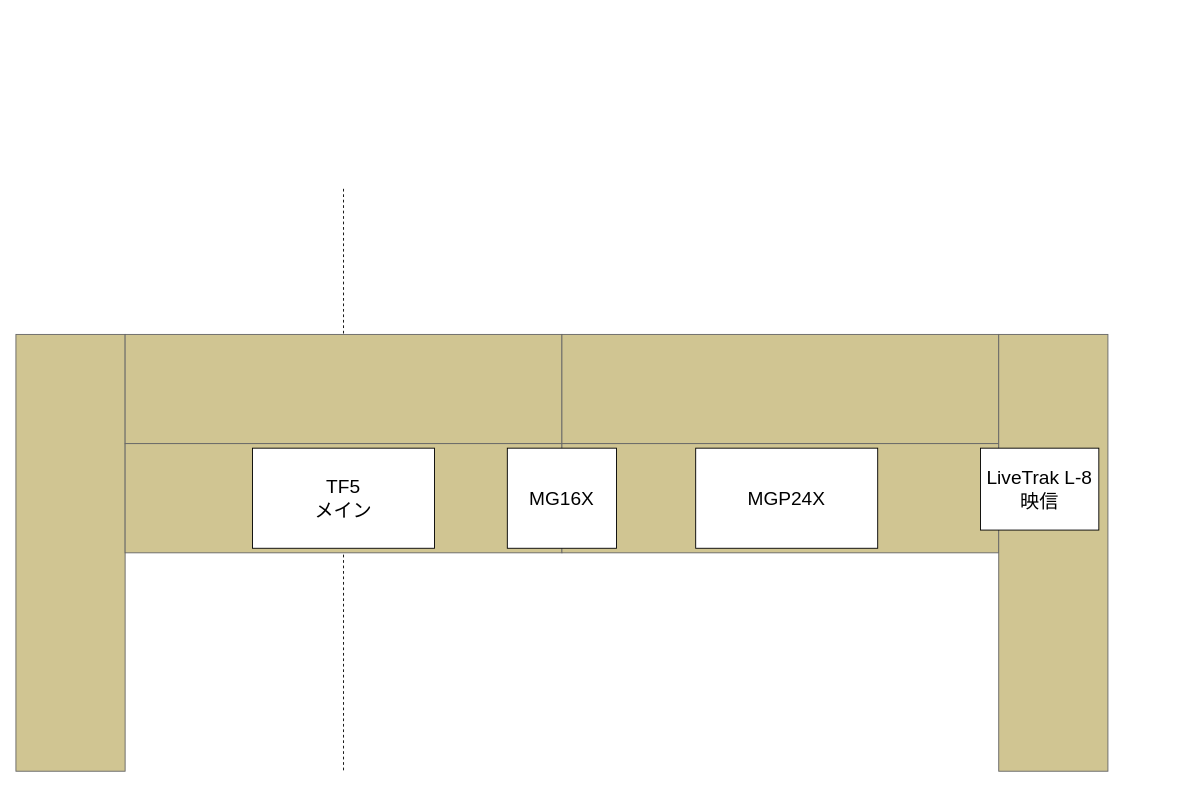
shuji4649/drawio keeps this draw.io diagram as Geinousai.drawio. Above is the earlier version. Source tidied: cells renumbered, new cells numbered last; positions are measured from the earlier drawing's top-left corner, leaving out a move shared by most shapes. Both pictures are drawn from the tidied source at 91%, with x=0, y=0 at pixel (-148, 188).
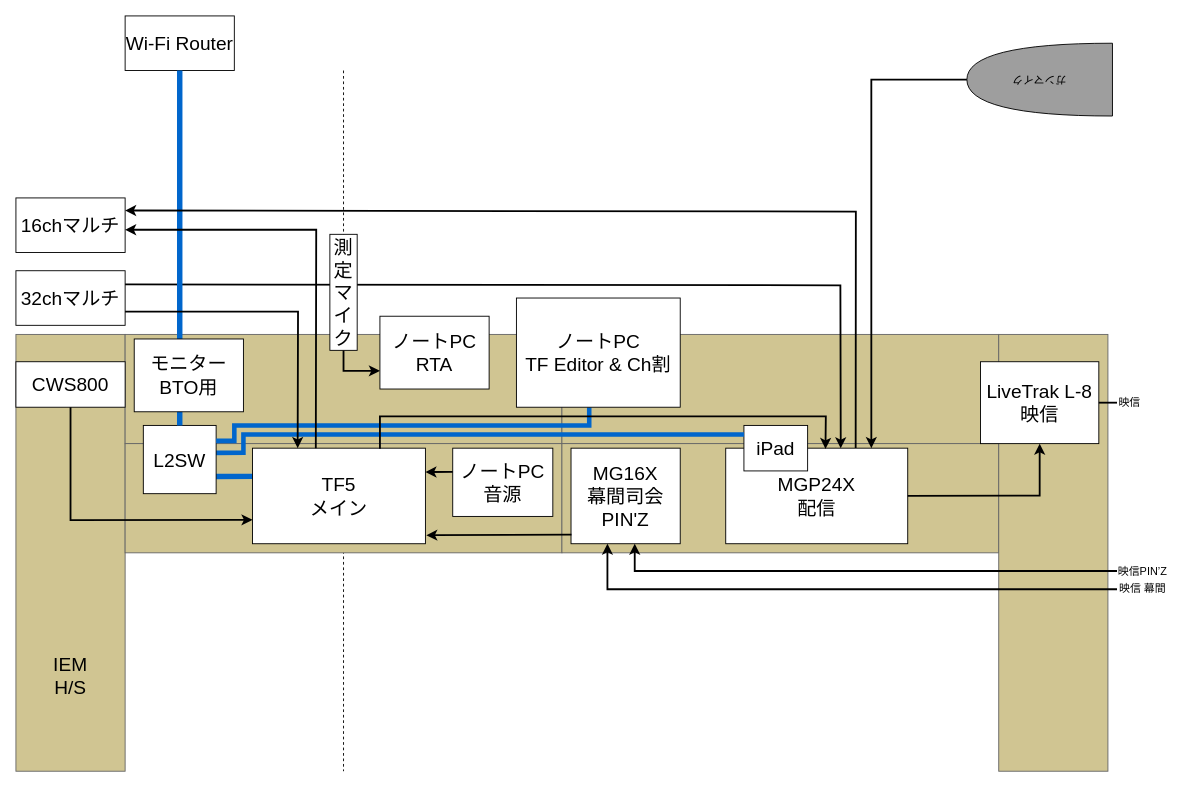
The same page after the edit.

Commit message:
Geinousai.drawio を更新します

Change to the diagram source:
```diff
@@
     <mxCell id="2" style="endArrow=none;html=1;rounded=0;dashed=1;" parent="1" edge="1">
       <mxGeometry relative="1" as="geometry">
-        <mxPoint x="540" as="sourcePoint" />
+        <mxPoint x="540" y="-130" as="sourcePoint" />
         <mxPoint x="540" y="640" as="targetPoint" />
       </mxGeometry>
     </mxCell>
@@
-    <mxCell id="9" value="&lt;font style=&quot;font-size: 21px;&quot;&gt;TF5&lt;/font&gt;&lt;div&gt;&lt;font style=&quot;font-size: 21px;&quot;&gt;メイン&lt;/font&gt;&lt;/div&gt;" style="rounded=0;whiteSpace=wrap;html=1;" parent="1" vertex="1">
-      <mxGeometry x="440" y="285" width="200" height="110" as="geometry" />
-    </mxCell>
-    <mxCell id="10" value="&lt;span style=&quot;font-size: 21px;&quot;&gt;MGP24X&lt;/span&gt;" style="rounded=0;whiteSpace=wrap;html=1;" parent="1" vertex="1">
-      <mxGeometry x="927" y="285" width="200" height="110" as="geometry" />
+    <mxCell id="10" value="&lt;span style=&quot;font-size: 21px;&quot;&gt;MGP24X&lt;/span&gt;&lt;div&gt;&lt;span style=&quot;font-size: 21px;&quot;&gt;配信&lt;/span&gt;&lt;/div&gt;" style="rounded=0;whiteSpace=wrap;html=1;" parent="1" vertex="1">
+      <mxGeometry x="960" y="285" width="200" height="105" as="geometry" />
     </mxCell>
     <mxCell id="11" value="&lt;span style=&quot;font-size: 21px;&quot;&gt;LiveTrak L-8&lt;/span&gt;&lt;div&gt;&lt;span style=&quot;font-size: 21px;&quot;&gt;映信&lt;/span&gt;&lt;/div&gt;" style="rounded=0;whiteSpace=wrap;html=1;" parent="1" vertex="1">
-      <mxGeometry x="1240" y="285" width="130" height="90" as="geometry" />
+      <mxGeometry x="1240" y="190" width="130" height="90" as="geometry" />
     </mxCell>
-    <mxCell id="12" value="&lt;span style=&quot;font-size: 21px;&quot;&gt;MG16X&lt;/span&gt;" style="rounded=0;whiteSpace=wrap;html=1;" parent="1" vertex="1">
-      <mxGeometry x="720" y="285" width="120" height="110" as="geometry" />
+    <mxCell id="12" value="&lt;span style=&quot;font-size: 21px;&quot;&gt;MG16X&lt;/span&gt;&lt;div&gt;&lt;span style=&quot;font-size: 21px;&quot;&gt;幕間司会PIN'Z&lt;/span&gt;&lt;/div&gt;" style="rounded=0;whiteSpace=wrap;html=1;" parent="1" vertex="1">
+      <mxGeometry x="790" y="285" width="120" height="105" as="geometry" />
     </mxCell>
+    <mxCell id="13" value="&lt;span style=&quot;font-size: 21px;&quot;&gt;32chマルチ&lt;/span&gt;" style="rounded=0;whiteSpace=wrap;html=1;" parent="1" vertex="1">
+      <mxGeometry x="180" y="90" width="120" height="60" as="geometry" />
+    </mxCell>
+    <mxCell id="14" value="&lt;span style=&quot;font-size: 21px;&quot;&gt;CWS800&lt;/span&gt;" style="rounded=0;whiteSpace=wrap;html=1;" parent="1" vertex="1">
+      <mxGeometry x="180" y="190" width="120" height="50" as="geometry" />
+    </mxCell>
+    <mxCell id="15" value="&lt;span style=&quot;font-size: 21px;&quot;&gt;ノートPC&lt;/span&gt;&lt;div&gt;&lt;span style=&quot;font-size: 21px;&quot;&gt;RTA&lt;/span&gt;&lt;/div&gt;" style="rounded=0;whiteSpace=wrap;html=1;" parent="1" vertex="1">
+      <mxGeometry x="580" y="140" width="120" height="80" as="geometry" />
+    </mxCell>
+    <mxCell id="16" value="ガンマイク" style="shape=or;whiteSpace=wrap;html=1;rotation=-180;fillColor=#9E9E9E;" parent="1" vertex="1">
+      <mxGeometry x="1225" y="-160" width="160" height="80" as="geometry" />
+    </mxCell>
+    <mxCell id="17" value="&lt;span style=&quot;font-size: 21px;&quot;&gt;Wi-Fi Router&lt;/span&gt;" style="rounded=0;whiteSpace=wrap;html=1;" parent="1" vertex="1">
+      <mxGeometry x="300" y="-190" width="120" height="60" as="geometry" />
+    </mxCell>
+    <mxCell id="18" style="endArrow=classic;html=1;rounded=0;strokeWidth=2;" parent="1" edge="1">
+      <mxGeometry relative="1" as="geometry">
+        <mxPoint x="1390" y="420" as="sourcePoint" />
+        <mxPoint x="860" y="390" as="targetPoint" />
+        <Array as="points">
+          <mxPoint x="860" y="420" />
+        </Array>
+      </mxGeometry>
+    </mxCell>
+    <mxCell id="19" style="endArrow=classic;html=1;rounded=0;strokeWidth=2;" parent="1" edge="1">
+      <mxGeometry relative="1" as="geometry">
+        <mxPoint x="1390" y="440" as="sourcePoint" />
+        <mxPoint x="830" y="390" as="targetPoint" />
+        <Array as="points">
+          <mxPoint x="830" y="440" />
+        </Array>
+      </mxGeometry>
+    </mxCell>
+    <mxCell id="20" value="&lt;span style=&quot;font-size: 21px;&quot;&gt;ノートPC&lt;/span&gt;&lt;div&gt;&lt;span style=&quot;font-size: 21px;&quot;&gt;音源&lt;/span&gt;&lt;/div&gt;" style="rounded=0;whiteSpace=wrap;html=1;" parent="1" vertex="1">
+      <mxGeometry x="660" y="285" width="110" height="75" as="geometry" />
+    </mxCell>
+    <mxCell id="21" style="endArrow=classic;html=1;rounded=0;entryX=1;entryY=0.25;entryDx=0;entryDy=0;strokeWidth=2;" parent="1" edge="1" target="9">
+      <mxGeometry relative="1" as="geometry">
+        <mxPoint x="660" y="311" as="sourcePoint" />
+      </mxGeometry>
+    </mxCell>
+    <mxCell id="22" style="endArrow=classic;html=1;rounded=0;exitX=0.004;exitY=0.905;exitDx=0;exitDy=0;exitPerimeter=0;entryX=1.005;entryY=0.911;entryDx=0;entryDy=0;entryPerimeter=0;strokeWidth=2;" parent="1" edge="1" source="12" target="9">
+      <mxGeometry relative="1" as="geometry" />
+    </mxCell>
+    <mxCell id="23" style="endArrow=none;html=1;rounded=0;exitX=0;exitY=0.75;exitDx=0;exitDy=0;entryX=0.5;entryY=1;entryDx=0;entryDy=0;startArrow=classic;startFill=1;endFill=0;strokeWidth=2;" parent="1" edge="1" source="15" target="32">
+      <mxGeometry relative="1" as="geometry">
+        <Array as="points">
+          <mxPoint x="540" y="200" />
+        </Array>
+      </mxGeometry>
+    </mxCell>
+    <mxCell id="24" value="&lt;span style=&quot;font-size: 21px;&quot;&gt;iPad&lt;/span&gt;" style="rounded=0;whiteSpace=wrap;html=1;" parent="1" vertex="1">
+      <mxGeometry x="980" y="260" width="70" height="50" as="geometry" />
+    </mxCell>
+    <mxCell id="25" style="endArrow=none;html=1;rounded=0;exitX=0.968;exitY=0.402;exitDx=0;exitDy=0;strokeColor=#0066CC;strokeWidth=5;exitPerimeter=0;" parent="1" edge="1" source="27">
+      <mxGeometry relative="1" as="geometry">
+        <mxPoint x="980" y="270" as="targetPoint" />
+        <Array as="points">
+          <mxPoint x="430" y="290" />
+          <mxPoint x="430" y="270" />
+          <mxPoint x="820" y="270" />
+        </Array>
+      </mxGeometry>
+    </mxCell>
+    <mxCell id="26" style="endArrow=none;html=1;rounded=0;exitX=0.982;exitY=0.747;exitDx=0;exitDy=0;entryX=0.01;entryY=0.295;entryDx=0;entryDy=0;entryPerimeter=0;strokeColor=#0066CC;strokeWidth=6;exitPerimeter=0;" parent="1" edge="1" source="27" target="9">
+      <mxGeometry relative="1" as="geometry" />
+    </mxCell>
+    <mxCell id="9" value="&lt;font style=&quot;font-size: 21px;&quot;&gt;TF5&lt;/font&gt;&lt;div&gt;&lt;font style=&quot;font-size: 21px;&quot;&gt;メイン&lt;/font&gt;&lt;/div&gt;" style="rounded=0;whiteSpace=wrap;html=1;" parent="1" vertex="1">
+      <mxGeometry x="440" y="285" width="190" height="105" as="geometry" />
+    </mxCell>
+    <mxCell id="27" value="&lt;span style=&quot;font-size: 21px;&quot;&gt;L2SW&lt;/span&gt;" style="rounded=0;whiteSpace=wrap;html=1;" parent="1" vertex="1">
+      <mxGeometry x="320" y="260" width="80" height="75" as="geometry" />
+    </mxCell>
+    <mxCell id="28" style="endArrow=none;html=1;rounded=0;exitX=0.99;exitY=0.478;exitDx=0;exitDy=0;strokeColor=#0066CC;strokeWidth=5;exitPerimeter=0;" parent="1" edge="1">
+      <mxGeometry relative="1" as="geometry">
+        <mxPoint x="400" y="277" as="sourcePoint" />
+        <mxPoint x="810" y="240" as="targetPoint" />
+        <Array as="points">
+          <mxPoint x="420" y="277" />
+          <mxPoint x="420" y="260" />
+          <mxPoint x="810" y="260" />
+        </Array>
+      </mxGeometry>
+    </mxCell>
+    <mxCell id="29" value="&lt;span style=&quot;font-size: 21px;&quot;&gt;ノートPC&lt;/span&gt;&lt;div&gt;&lt;span style=&quot;font-size: 21px;&quot;&gt;TF Editor &amp;amp; Ch割&lt;/span&gt;&lt;/div&gt;" style="rounded=0;whiteSpace=wrap;html=1;" parent="1" vertex="1">
+      <mxGeometry x="730" y="120" width="180" height="120" as="geometry" />
+    </mxCell>
+    <mxCell id="30" style="endArrow=classic;html=1;rounded=0;exitX=1;exitY=0.5;exitDx=0;exitDy=0;entryX=0.5;entryY=1;entryDx=0;entryDy=0;strokeWidth=2;" parent="1" edge="1" source="10" target="11">
+      <mxGeometry relative="1" as="geometry">
+        <Array as="points">
+          <mxPoint x="1305" y="337" />
+        </Array>
+      </mxGeometry>
+    </mxCell>
+    <mxCell id="31" style="endArrow=classic;html=1;rounded=0;exitX=1;exitY=0.25;exitDx=0;exitDy=0;entryX=0.632;entryY=0.002;entryDx=0;entryDy=0;entryPerimeter=0;strokeWidth=2;" parent="1" edge="1" source="13" target="10">
+      <mxGeometry relative="1" as="geometry">
+        <Array as="points">
+          <mxPoint x="1086" y="106" />
+        </Array>
+      </mxGeometry>
+    </mxCell>
+    <mxCell id="32" value="&lt;span style=&quot;font-size: 21px;&quot;&gt;測&lt;/span&gt;&lt;div&gt;&lt;span style=&quot;font-size: 21px;&quot;&gt;定&lt;/span&gt;&lt;/div&gt;&lt;div&gt;&lt;span style=&quot;font-size: 21px;&quot;&gt;マ&lt;/span&gt;&lt;/div&gt;&lt;div&gt;&lt;span style=&quot;font-size: 21px;&quot;&gt;イ&lt;/span&gt;&lt;/div&gt;&lt;div&gt;&lt;span style=&quot;font-size: 21px;&quot;&gt;ク&lt;/span&gt;&lt;/div&gt;" style="rounded=0;whiteSpace=wrap;html=1;" parent="1" vertex="1">
+      <mxGeometry x="525" y="50" width="30" height="127.5" as="geometry" />
+    </mxCell>
+    <mxCell id="33" style="endArrow=classic;html=1;rounded=0;entryX=0.893;entryY=-0.004;entryDx=0;entryDy=0;entryPerimeter=0;strokeWidth=2;" parent="1" edge="1" source="16">
+      <mxGeometry relative="1" as="geometry">
+        <mxPoint x="1120" y="285" as="targetPoint" />
+        <Array as="points">
+          <mxPoint x="1120" y="-120" />
+        </Array>
+      </mxGeometry>
+    </mxCell>
+    <mxCell id="34" style="endArrow=classic;html=1;rounded=0;exitX=0.737;exitY=0.006;exitDx=0;exitDy=0;entryX=0.548;entryY=0.008;entryDx=0;entryDy=0;entryPerimeter=0;exitPerimeter=0;strokeWidth=2;" parent="1" edge="1" source="9" target="10">
+      <mxGeometry relative="1" as="geometry">
+        <Array as="points">
+          <mxPoint x="580" y="250" />
+          <mxPoint x="1070" y="250" />
+        </Array>
+      </mxGeometry>
+    </mxCell>
+    <mxCell id="35" value="&lt;span style=&quot;font-size: 21px;&quot;&gt;16chマルチ&lt;/span&gt;" style="rounded=0;whiteSpace=wrap;html=1;" parent="1" vertex="1">
+      <mxGeometry x="180" y="10" width="120" height="60" as="geometry" />
+    </mxCell>
+    <mxCell id="36" style="endArrow=none;html=1;rounded=0;exitX=0.5;exitY=0;exitDx=0;exitDy=0;strokeColor=#0066CC;strokeWidth=6;entryX=0.5;entryY=1;entryDx=0;entryDy=0;" parent="1" edge="1" source="27" target="17">
+      <mxGeometry relative="1" as="geometry" />
+    </mxCell>
+    <mxCell id="37" value="&lt;span style=&quot;font-size: 21px;&quot;&gt;モニター&lt;/span&gt;&lt;div&gt;&lt;span style=&quot;font-size: 21px;&quot;&gt;BTO用&lt;/span&gt;&lt;/div&gt;" style="rounded=0;whiteSpace=wrap;html=1;" parent="1" vertex="1">
+      <mxGeometry x="310" y="165" width="120" height="80" as="geometry" />
+    </mxCell>
+    <mxCell id="38" style="endArrow=classic;html=1;rounded=0;exitX=1;exitY=0.75;exitDx=0;exitDy=0;entryX=0.261;entryY=0;entryDx=0;entryDy=0;entryPerimeter=0;strokeWidth=2;" parent="1" edge="1" source="13" target="9">
+      <mxGeometry relative="1" as="geometry">
+        <Array as="points">
+          <mxPoint x="490" y="135" />
+        </Array>
+      </mxGeometry>
+    </mxCell>
+    <mxCell id="39" style="endArrow=none;html=1;rounded=0;exitX=1;exitY=0.75;exitDx=0;exitDy=0;entryX=0.366;entryY=0.001;entryDx=0;entryDy=0;entryPerimeter=0;startArrow=classic;startFill=1;endFill=0;strokeWidth=2;" parent="1" edge="1" target="9">
+      <mxGeometry relative="1" as="geometry">
+        <mxPoint x="300" y="45" as="sourcePoint" />
+        <Array as="points">
+          <mxPoint x="510" y="45" />
+        </Array>
+      </mxGeometry>
+    </mxCell>
+    <mxCell id="40" style="endArrow=none;html=1;rounded=0;exitX=1;exitY=0.25;exitDx=0;exitDy=0;entryX=0.714;entryY=-0.002;entryDx=0;entryDy=0;entryPerimeter=0;startArrow=classic;startFill=1;endFill=0;strokeWidth=2;" parent="1" edge="1" target="10">
+      <mxGeometry relative="1" as="geometry">
+        <mxPoint x="300" y="23.8" as="sourcePoint" />
+        <Array as="points">
+          <mxPoint x="1103" y="25" />
+        </Array>
+      </mxGeometry>
+    </mxCell>
+    <mxCell id="41" style="endArrow=classic;html=1;rounded=0;entryX=0;entryY=0.75;entryDx=0;entryDy=0;exitX=0.5;exitY=1;exitDx=0;exitDy=0;strokeWidth=2;" parent="1" edge="1" source="14" target="9">
+      <mxGeometry relative="1" as="geometry">
+        <Array as="points">
+          <mxPoint x="240" y="364" />
+        </Array>
+      </mxGeometry>
+    </mxCell>
+    <mxCell id="42" value="&lt;font style=&quot;font-size: 21px;&quot;&gt;IEM&lt;br&gt;H/S&lt;/font&gt;" style="text;html=1;align=center;verticalAlign=middle;whiteSpace=wrap;rounded=0;" parent="1" vertex="1">
+      <mxGeometry x="210" y="520" width="60" height="30" as="geometry" />
+    </mxCell>
+    <mxCell id="43" value="映信PIN’Z&amp;nbsp;" style="text;html=1;align=center;verticalAlign=middle;whiteSpace=wrap;rounded=0;" parent="1" vertex="1">
+      <mxGeometry x="1390" y="406" width="60" height="30" as="geometry" />
+    </mxCell>
+    <mxCell id="44" value="映信 幕間&amp;nbsp;" style="text;html=1;align=center;verticalAlign=middle;whiteSpace=wrap;rounded=0;" parent="1" vertex="1">
+      <mxGeometry x="1390" y="425" width="60" height="30" as="geometry" />
+    </mxCell>
+    <mxCell id="45" style="endArrow=none;html=1;rounded=0;exitX=1;exitY=0.5;exitDx=0;exitDy=0;strokeWidth=2;" parent="1" edge="1" source="11">
+      <mxGeometry relative="1" as="geometry">
+        <mxPoint x="1390" y="235" as="targetPoint" />
+      </mxGeometry>
+    </mxCell>
+    <mxCell id="46" value="映信" style="text;html=1;align=left;verticalAlign=middle;whiteSpace=wrap;rounded=0;" parent="1" vertex="1">
+      <mxGeometry x="1390" y="220" width="60" height="30" as="geometry" />
+    </mxCell>
```
